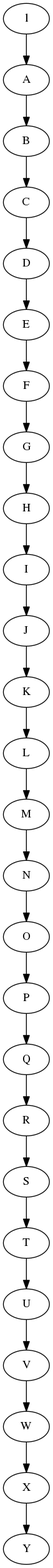
Earlier version of the Graphviz export CVS/graph.png (ltch23/EDA-Lab). Its source is kept beside it as CVS/graph.dot.
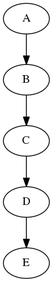
Above is the later version.

The edit, as a diff of the source:
```diff
@@ -1,27 +1,6 @@
 digraph G{
-l -> A;
 A -> B;
 B -> C;
 C -> D;
 D -> E;
-E -> F;
-F -> G;
-G -> H;
-H -> I;
-I -> J;
-J -> K;
-K -> L;
-L -> M;
-M -> N;
-N -> O;
-O -> P;
-P -> Q;
-Q -> R;
-R -> S;
-S -> T;
-T -> U;
-U -> V;
-V -> W;
-W -> X;
-X -> Y;
 }
```
